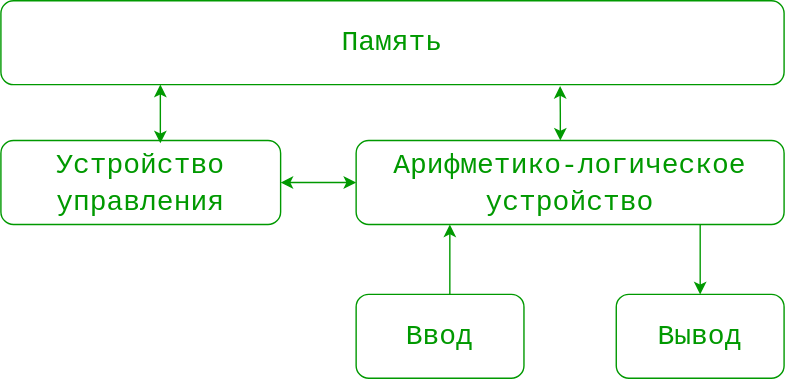
The draw.io diagram images/Neiman.svg in DedDirectora2277/Computer_Science_Map, before a commit. Source tidied: cells renumbered, new cells last; positions are measured from the earlier drawing's top-left corner, leaving out a move shared by most shapes.
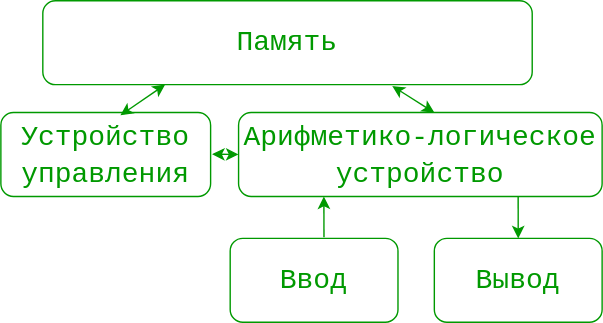
Above is the later version.

Change to the diagram source:
```diff
@@ -3,43 +3,37 @@
     <mxCell id="0" />
     <mxCell id="1" parent="0" />
     <mxCell id="2" value="&lt;font face=&quot;Courier New&quot; style=&quot;font-size: 20px;&quot;&gt;Память&lt;/font&gt;" style="rounded=1;whiteSpace=wrap;html=1;fillStyle=solid;fontColor=#009900;strokeColor=#009900;labelBackgroundColor=none;fillColor=none;" parent="1" vertex="1">
-      <mxGeometry width="560" height="60" as="geometry" />
+      <mxGeometry x="120" y="20" width="350" height="60" as="geometry" />
     </mxCell>
     <mxCell id="3" value="&lt;div style=&quot;font-size: 20px;&quot;&gt;&lt;font face=&quot;Courier New&quot; style=&quot;font-size: 20px;&quot;&gt;Устройство&lt;/font&gt;&lt;/div&gt;&lt;div style=&quot;font-size: 20px;&quot;&gt;&lt;font face=&quot;Courier New&quot; style=&quot;font-size: 20px;&quot;&gt;управления&lt;br&gt;&lt;/font&gt;&lt;/div&gt;" style="rounded=1;whiteSpace=wrap;html=1;fillStyle=solid;fontColor=#009900;strokeColor=#009900;labelBackgroundColor=none;fillColor=none;" parent="1" vertex="1">
-      <mxGeometry y="100" width="200" height="60" as="geometry" />
+      <mxGeometry x="90" y="100" width="150" height="60" as="geometry" />
     </mxCell>
     <mxCell id="4" value="&lt;div style=&quot;font-size: 20px;&quot;&gt;&lt;font face=&quot;Courier New&quot; style=&quot;font-size: 20px;&quot;&gt;Арифметико-логическое&lt;/font&gt;&lt;/div&gt;&lt;div style=&quot;font-size: 20px;&quot;&gt;&lt;font face=&quot;Courier New&quot; style=&quot;font-size: 20px;&quot;&gt;&lt;font style=&quot;font-size: 20px;&quot;&gt;устройство&lt;/font&gt;&lt;/font&gt;&lt;font face=&quot;Courier New&quot; style=&quot;font-size: 20px;&quot;&gt;&lt;br&gt;&lt;/font&gt;&lt;/div&gt;" style="rounded=1;whiteSpace=wrap;html=1;fillStyle=solid;fontColor=#009900;strokeColor=#009900;labelBackgroundColor=none;fillColor=none;" parent="1" vertex="1">
-      <mxGeometry x="254" y="100" width="306" height="60" as="geometry" />
+      <mxGeometry x="260" y="100" width="260" height="60" as="geometry" />
     </mxCell>
     <mxCell id="5" value="&lt;font face=&quot;Courier New&quot; style=&quot;font-size: 20px;&quot;&gt;Ввод&lt;/font&gt;" style="rounded=1;whiteSpace=wrap;html=1;fillStyle=solid;fontColor=#009900;strokeColor=#009900;labelBackgroundColor=none;fillColor=none;" parent="1" vertex="1">
-      <mxGeometry x="254" y="210" width="120" height="60" as="geometry" />
+      <mxGeometry x="254" y="190" width="120" height="60" as="geometry" />
     </mxCell>
     <mxCell id="6" value="&lt;font face=&quot;Courier New&quot; style=&quot;font-size: 20px;&quot;&gt;Вывод&lt;/font&gt;" style="rounded=1;whiteSpace=wrap;html=1;fillStyle=solid;fontColor=#009900;strokeColor=#009900;labelBackgroundColor=none;fillColor=none;" parent="1" vertex="1">
-      <mxGeometry x="440" y="210" width="120" height="60" as="geometry" />
+      <mxGeometry x="400" y="190" width="120" height="60" as="geometry" />
     </mxCell>
-    <mxCell id="7" style="endArrow=classic;startArrow=classic;html=1;rounded=0;exitX=0.57;exitY=0.033;exitDx=0;exitDy=0;exitPerimeter=0;fontColor=#009900;strokeColor=#009900;labelBackgroundColor=#000000;" parent="1" edge="1" source="3">
-      <mxGeometry relative="1" as="geometry">
-        <mxPoint x="114" y="60" as="targetPoint" />
-      </mxGeometry>
+    <mxCell id="7" style="endArrow=classic;startArrow=classic;html=1;rounded=0;exitX=0.57;exitY=0.033;exitDx=0;exitDy=0;exitPerimeter=0;fontColor=#009900;strokeColor=#009900;labelBackgroundColor=#000000;entryX=0.25;entryY=1;entryDx=0;entryDy=0;" parent="1" edge="1" source="3" target="2">
+      <mxGeometry relative="1" as="geometry" />
     </mxCell>
     <mxCell id="8" style="endArrow=classic;startArrow=classic;html=1;rounded=0;entryX=0.714;entryY=1.017;entryDx=0;entryDy=0;entryPerimeter=0;fontColor=#009900;strokeColor=#009900;labelBackgroundColor=#000000;" parent="1" edge="1" target="2">
       <mxGeometry relative="1" as="geometry">
         <mxPoint x="400" y="100" as="sourcePoint" />
-        <Array as="points">
-          <mxPoint x="400" y="80" />
-        </Array>
       </mxGeometry>
     </mxCell>
-    <mxCell id="9" style="endArrow=classic;startArrow=classic;html=1;rounded=0;exitX=1;exitY=0.5;exitDx=0;exitDy=0;entryX=0;entryY=0.5;entryDx=0;entryDy=0;fontColor=#009900;strokeColor=#009900;labelBackgroundColor=#000000;" parent="1" edge="1" source="3" target="4">
+    <mxCell id="9" style="endArrow=classic;startArrow=classic;html=1;rounded=0;entryX=0;entryY=0.5;entryDx=0;entryDy=0;fontColor=#009900;strokeColor=#009900;labelBackgroundColor=#000000;exitX=1.007;exitY=0.496;exitDx=0;exitDy=0;exitPerimeter=0;" parent="1" edge="1" source="3" target="4">
       <mxGeometry relative="1" as="geometry" />
     </mxCell>
-    <mxCell id="10" style="endArrow=classic;html=1;rounded=0;fontColor=#009900;strokeColor=#009900;labelBackgroundColor=#000000;" parent="1" edge="1">
+    <mxCell id="10" style="endArrow=classic;html=1;rounded=0;fontColor=#009900;strokeColor=#009900;labelBackgroundColor=#000000;exitX=0.559;exitY=-0.015;exitDx=0;exitDy=0;exitPerimeter=0;" parent="1" edge="1" source="5">
       <mxGeometry relative="1" as="geometry">
-        <mxPoint x="321" y="210" as="sourcePoint" />
         <mxPoint x="321" y="160" as="targetPoint" />
       </mxGeometry>
     </mxCell>
-    <mxCell id="11" style="endArrow=classic;html=1;rounded=0;entryX=0.5;entryY=0;entryDx=0;entryDy=0;exitX=0.804;exitY=1;exitDx=0;exitDy=0;exitPerimeter=0;fontColor=#009900;strokeColor=#009900;labelBackgroundColor=#000000;" parent="1" edge="1" source="4" target="6">
+    <mxCell id="11" style="endArrow=classic;html=1;rounded=0;exitX=0.769;exitY=1;exitDx=0;exitDy=0;exitPerimeter=0;fontColor=#009900;strokeColor=#009900;labelBackgroundColor=#000000;entryX=0.5;entryY=0;entryDx=0;entryDy=0;" parent="1" edge="1" source="4" target="6">
       <mxGeometry relative="1" as="geometry" />
     </mxCell>
   </root>
```
